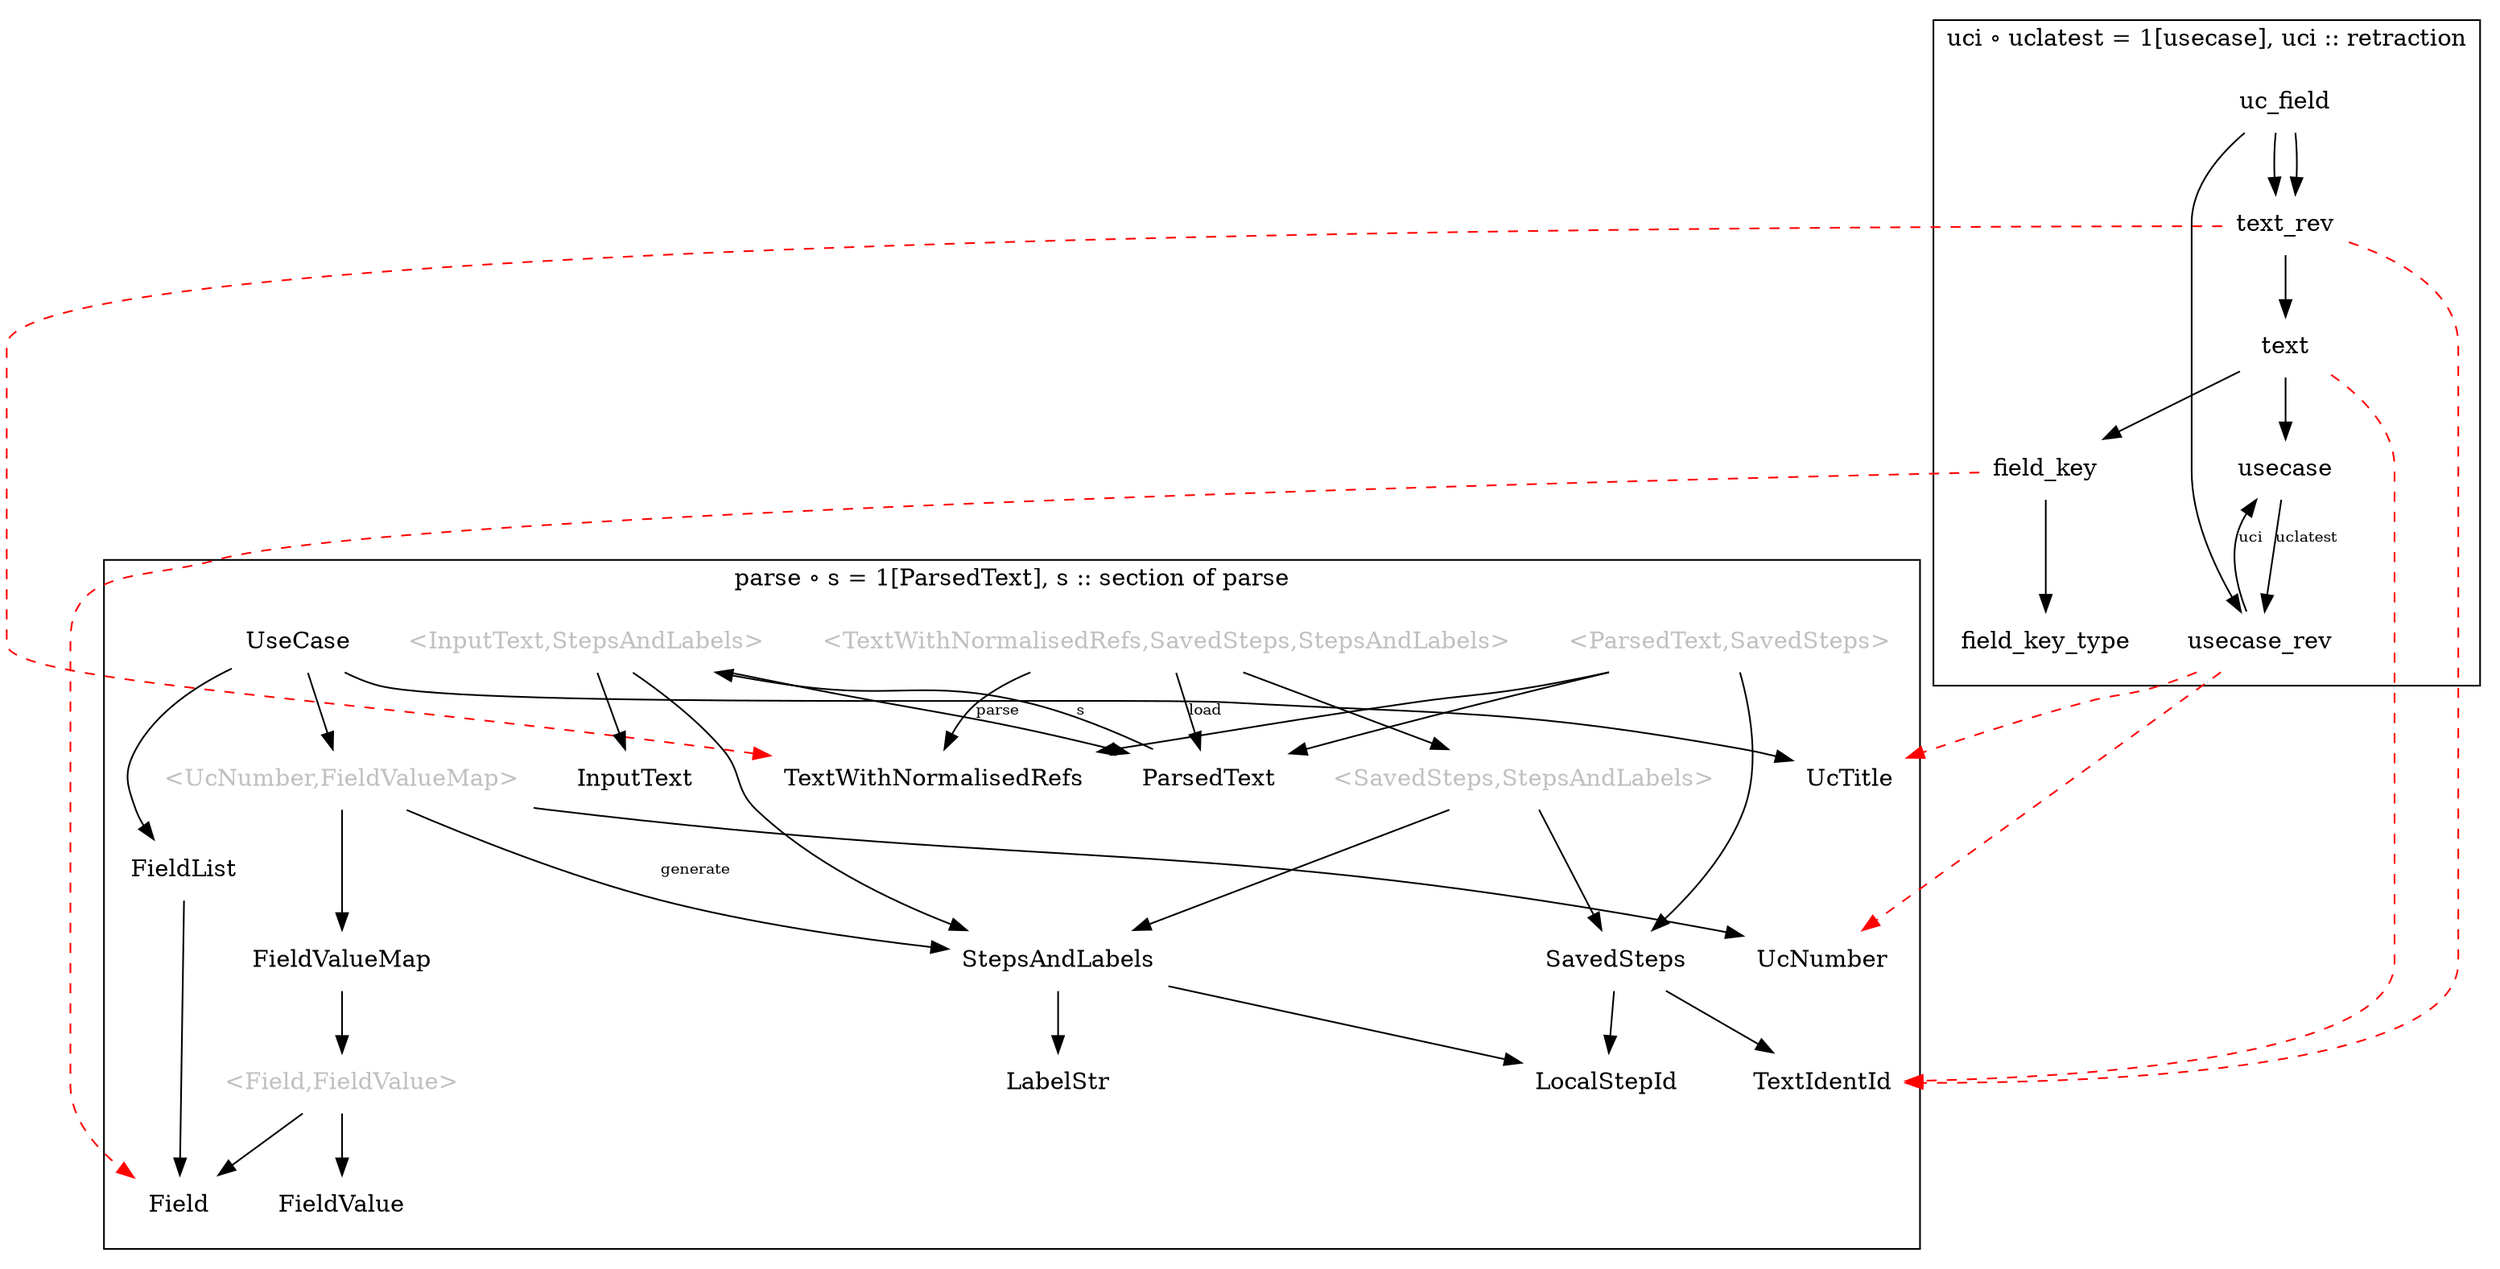
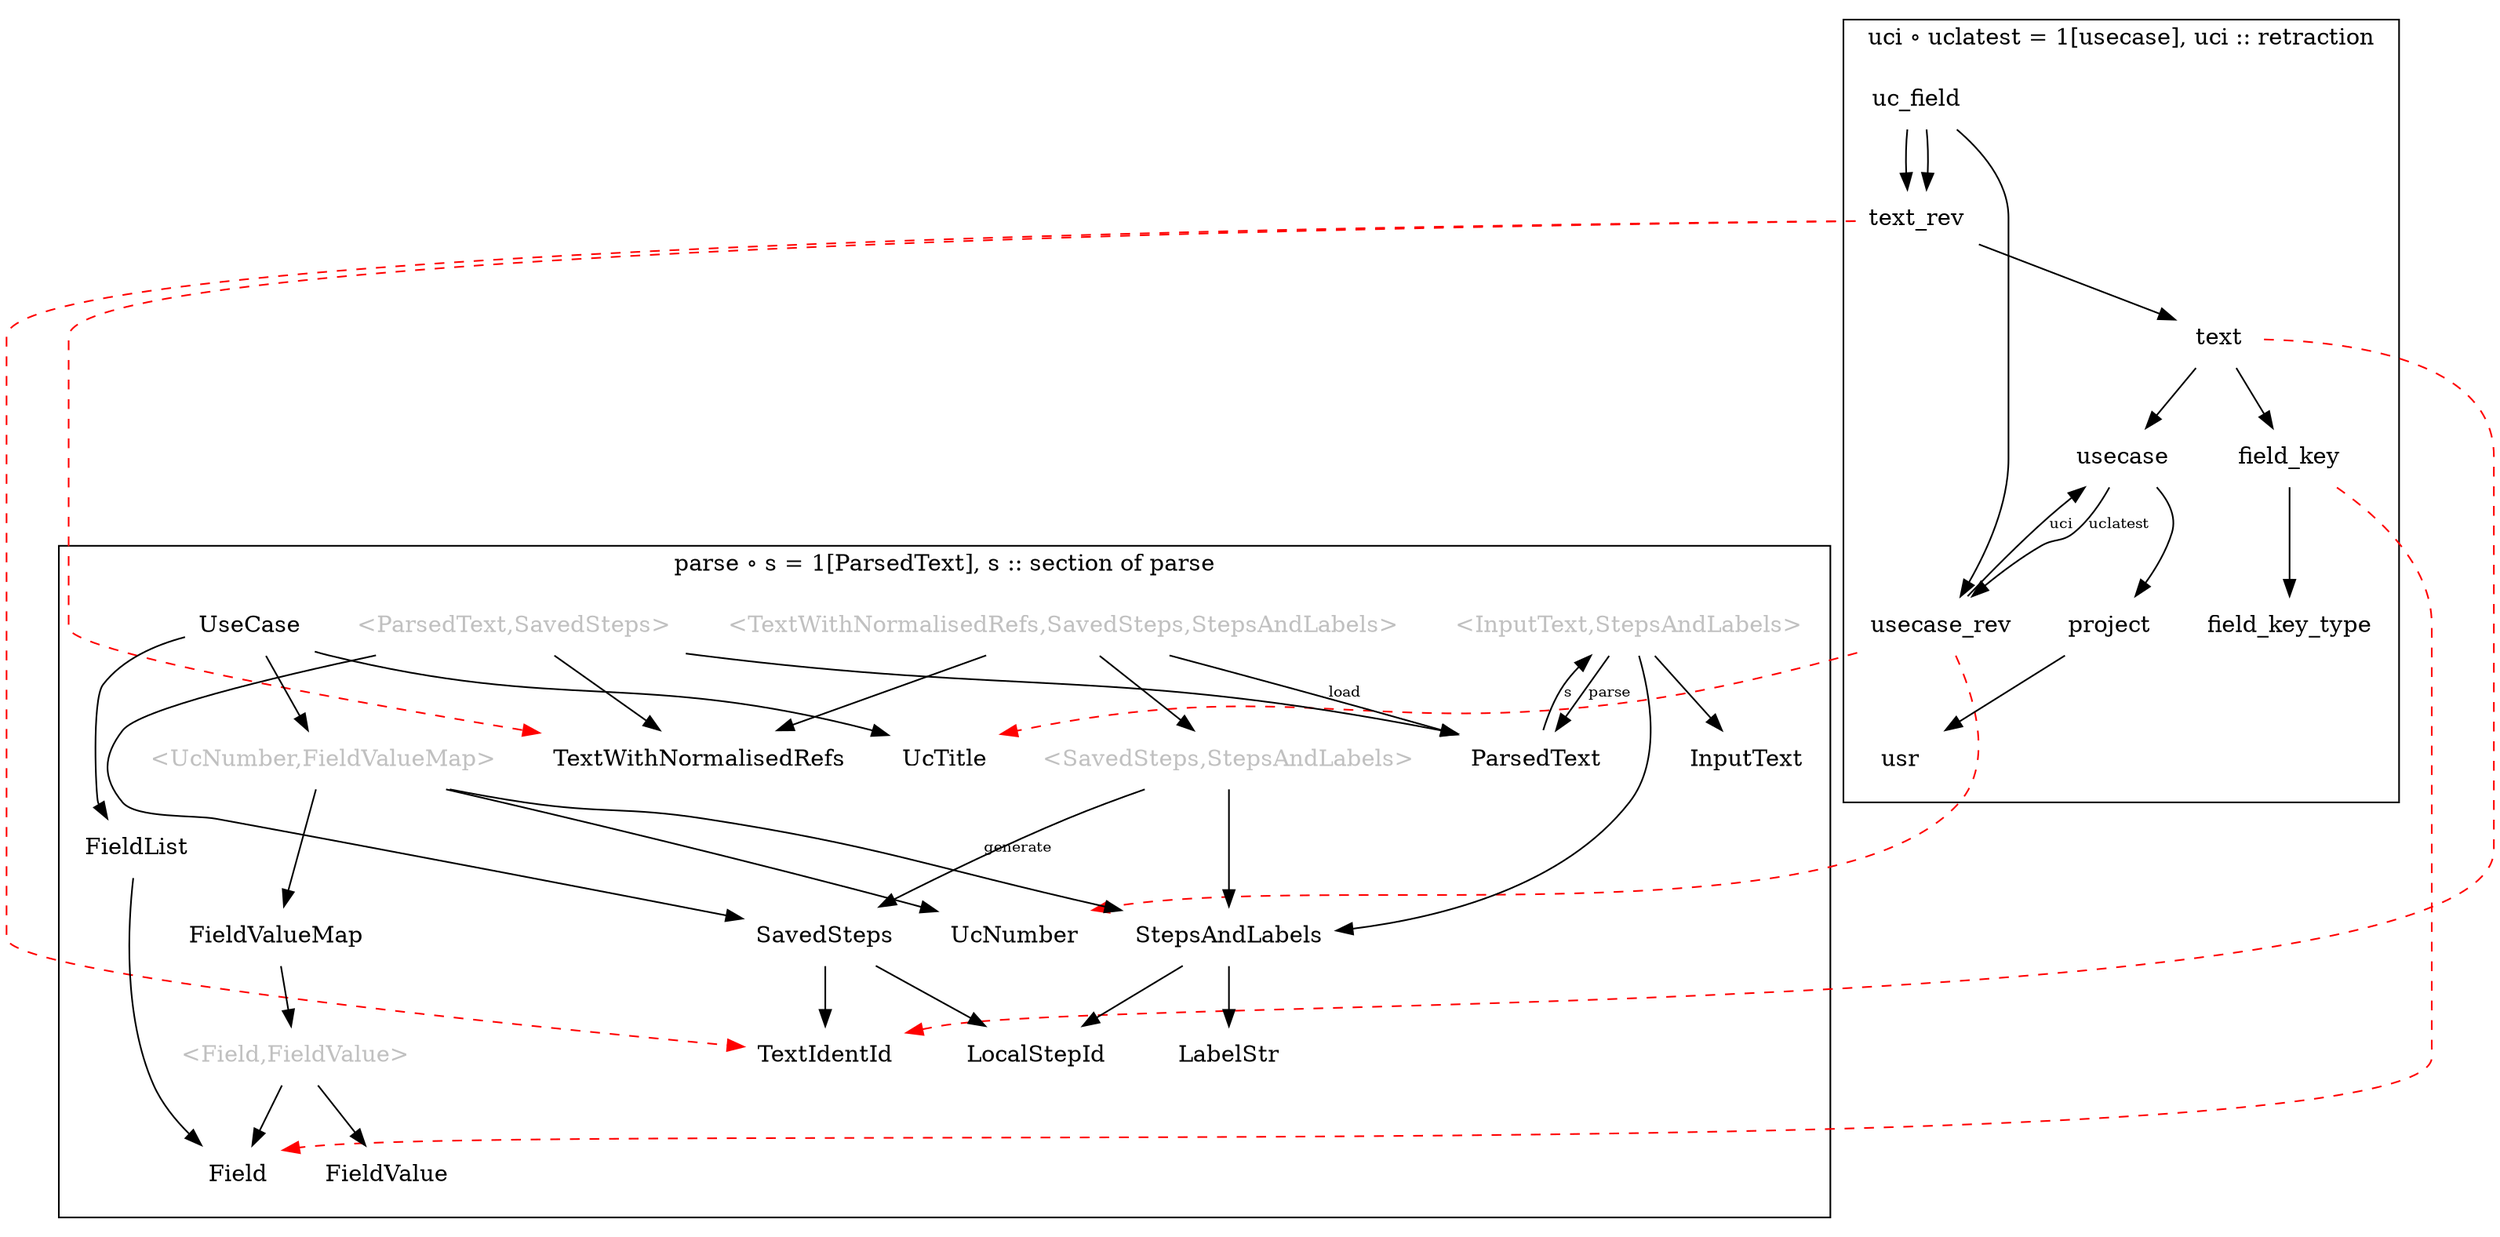
digraph G {

node [shape=none]
edge [fontsize=9]

subgraph clusterDB {

  { node[fontcolor=gray]
    // SavedStepsAndLabels [label="<SavedSteps,StepsAndLabels>"]
  }

  field_key_type
  field_key
  usecase
  usecase_rev
  text
  text_rev
  uc_field
+   usr
+   project

+   usecase -> project -> usr
  field_key -> field_key_type
  usecase_rev -> usecase [label="uci"]
  text -> {usecase;field_key}
  text_rev -> text
  uc_field -> {usecase_rev;text_rev}
  uc_field -> text_rev
  usecase -> usecase_rev [label="uclatest"]

  graph[label="uci ∘ uclatest = 1[usecase], uci :: retraction"]
}

subgraph clusterMem {

  { node[fontcolor=gray]
    SavedStepsAndLabels [label="<SavedSteps,StepsAndLabels>"]
    TwnrSsSal [label="<TextWithNormalisedRefs,SavedSteps,StepsAndLabels>"]
    InputTextStepsAndLabels [label="<InputText,StepsAndLabels>"]
    UcNumberAndFVs [label="<UcNumber,FieldValueMap>"]
    PTSS [label="<ParsedText,SavedSteps>"]
    FFV [label="<Field,FieldValue>"]
  }

  ParsedText
  InputText
  TextWithNormalisedRefs

  SavedSteps -> {TextIdentId; LocalStepId} // n->1
  StepsAndLabels -> {LocalStepId; LabelStr} // n->1

  LabelStr
  LocalStepId

  Field

  InputTextStepsAndLabels -> {StepsAndLabels; InputText}
  InputTextStepsAndLabels -> ParsedText [label="parse"]

  TwnrSsSal -> {TextWithNormalisedRefs,SavedStepsAndLabels}
  TwnrSsSal -> ParsedText [label="load"]
  SavedStepsAndLabels -> {StepsAndLabels; SavedSteps}

  PTSS -> {ParsedText; SavedSteps; TextWithNormalisedRefs}

  UseCase -> {FieldList; UcTitle}

  FieldList -> Field // n->1
  FieldValueMap -> FFV // n->1

  FFV -> {Field; FieldValue}

  UseCase -> UcNumberAndFVs -> {UcNumber; FieldValueMap}
  UcNumberAndFVs -> StepsAndLabels [label="generate"]

  ParsedText -> InputTextStepsAndLabels [label=s]

  graph[label="parse ∘ s = 1[ParsedText], s :: section of parse"]
}

edge [color=red style=dashed]
text_rev -> TextWithNormalisedRefs
{text;text_rev} -> TextIdentId
usecase_rev -> {UcTitle;UcNumber}
field_key -> Field

/*
node [shape=box style=filled]
edge [color=black style=solid]
MUC -> UseCase; UseCase -> MUC
DBUC -> {usecase; usecase_rev}; usecase_rev -> DBUC
edge [fontsize=11 color=blue]
DBUC -> MUC [label="F.Load"]
MUC -> DBUC [label="F.Save"]
*/

}
